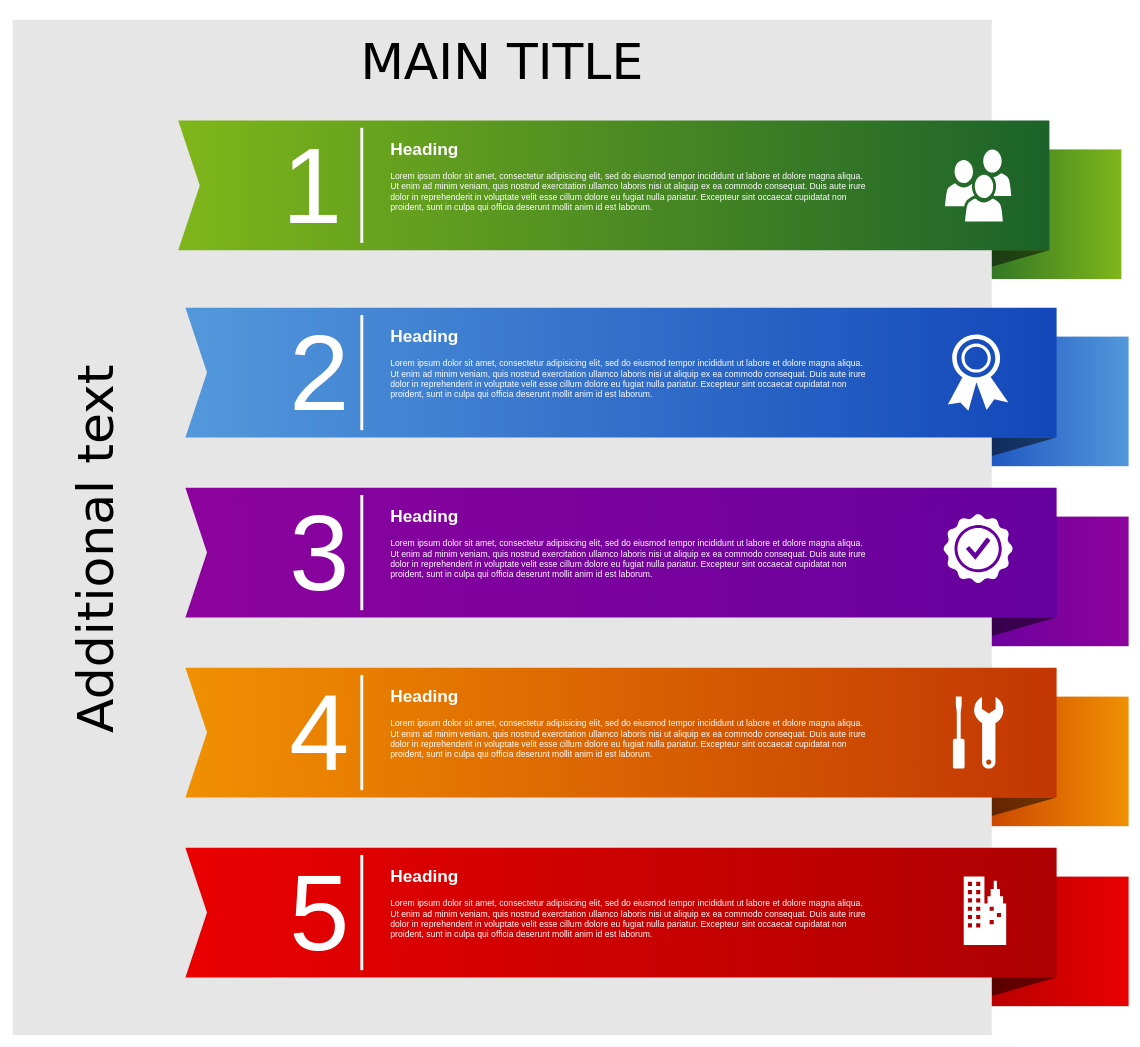
This is Untitled Diagram.drawio from Juliehaegh/Hello-World, a draw.io file, before an edit. Source tidied: cells renumbered, new cells numbered last; positions are measured from the earlier drawing's top-left corner, leaving out a move shared by most shapes. Both pictures are drawn from the tidied source at 72%, with x=0, y=0 at pixel (12, 19).
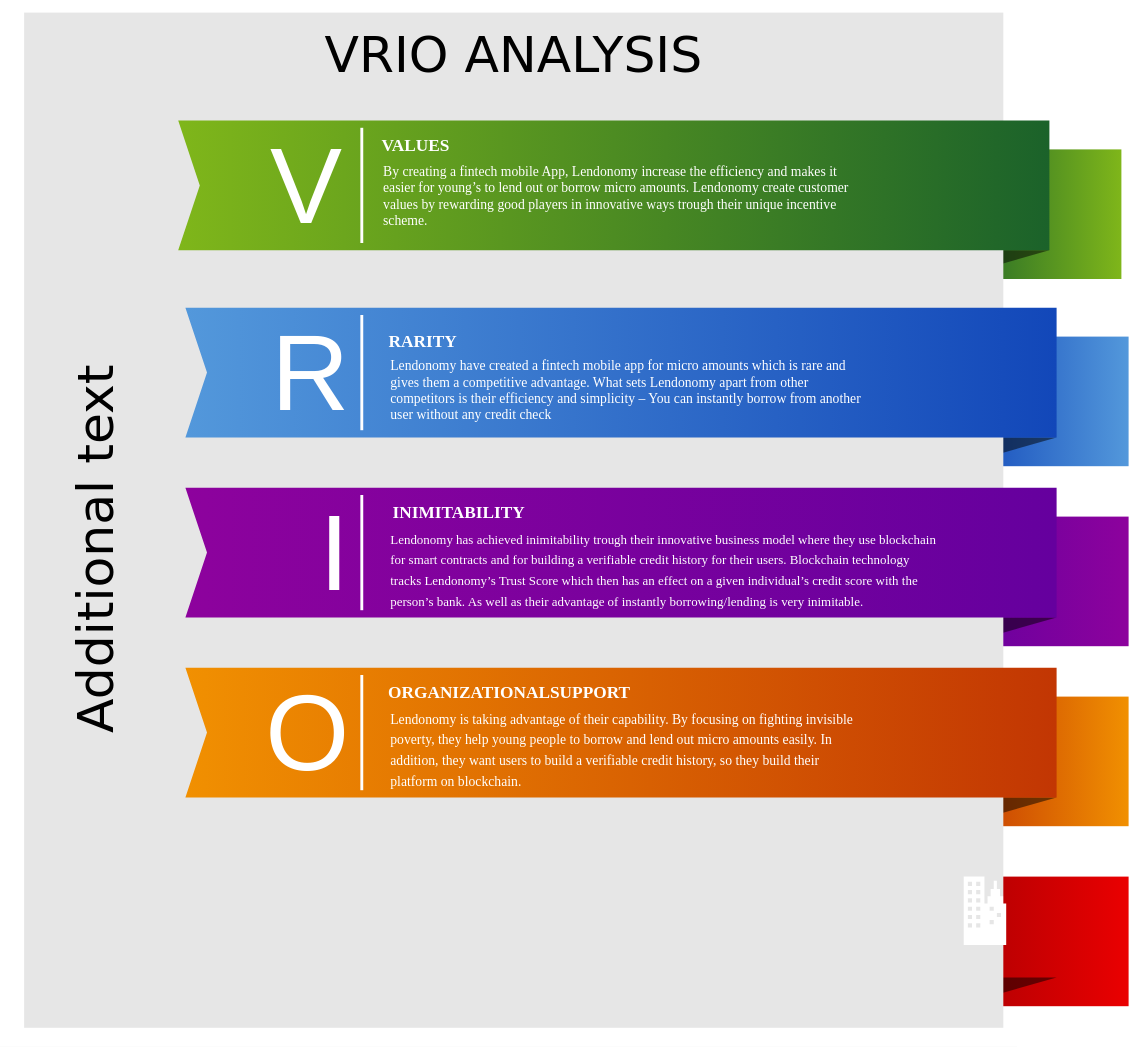
Above is the later version.

Change to the diagram source:
```diff
@@
-    <mxCell id="12" value="MAIN TITLE" style="whiteSpace=wrap;html=1;rounded=0;shadow=0;dashed=0;strokeWidth=1;fillColor=#E6E6E6;fontFamily=Verdana;fontSize=70;strokeColor=none;verticalAlign=top;spacingTop=10;" parent="1" vertex="1">
-      <mxGeometry width="1360" height="1410" as="geometry" />
+    <mxCell id="12" value="VRIO ANALYSIS" style="whiteSpace=wrap;html=1;rounded=0;shadow=0;dashed=0;strokeWidth=1;fillColor=#E6E6E6;fontFamily=Verdana;fontSize=70;strokeColor=none;verticalAlign=top;spacingTop=10;" parent="1" vertex="1">
+      <mxGeometry x="16" y="-10" width="1360" height="1410" as="geometry" />
     </mxCell>
@@
-    <mxCell id="17" style="html=1;shadow=0;dashed=0;align=center;verticalAlign=middle;shape=mxgraph.arrows2.arrow;dy=0;dx=0;notch=30;rounded=0;strokeColor=none;strokeWidth=1;fillColor=#EA0001;fontFamily=Tahoma;fontSize=10;fontColor=#FFFFFF;gradientColor=#AD0002;gradientDirection=east;" parent="1" vertex="1">
-      <mxGeometry x="240" y="1150" width="1210" height="180" as="geometry" />
-    </mxCell>
@@
-    <mxCell id="19" value="1" style="text;html=1;strokeColor=none;fillColor=none;align=right;verticalAlign=middle;whiteSpace=wrap;rounded=0;shadow=0;dashed=0;fontFamily=Helvetica;fontSize=150;fontColor=#FFFFFF;" parent="1" vertex="1">
+    <mxCell id="19" value="V" style="text;html=1;strokeColor=none;fillColor=none;align=right;verticalAlign=middle;whiteSpace=wrap;rounded=0;shadow=0;dashed=0;fontFamily=Helvetica;fontSize=150;fontColor=#FFFFFF;" parent="1" vertex="1">
       <mxGeometry x="260" y="140" width="200" height="180" as="geometry" />
     </mxCell>
-    <mxCell id="20" value="2" style="text;html=1;strokeColor=none;fillColor=none;align=right;verticalAlign=middle;whiteSpace=wrap;rounded=0;shadow=0;dashed=0;fontFamily=Helvetica;fontSize=150;fontColor=#FFFFFF;" parent="1" vertex="1">
+    <mxCell id="20" value="R" style="text;html=1;strokeColor=none;fillColor=none;align=right;verticalAlign=middle;whiteSpace=wrap;rounded=0;shadow=0;dashed=0;fontFamily=Helvetica;fontSize=150;fontColor=#FFFFFF;" parent="1" vertex="1">
       <mxGeometry x="270" y="400" width="200" height="180" as="geometry" />
     </mxCell>
-    <mxCell id="21" value="3" style="text;html=1;strokeColor=none;fillColor=none;align=right;verticalAlign=middle;whiteSpace=wrap;rounded=0;shadow=0;dashed=0;fontFamily=Helvetica;fontSize=150;fontColor=#FFFFFF;" parent="1" vertex="1">
+    <mxCell id="21" value="I" style="text;html=1;strokeColor=none;fillColor=none;align=right;verticalAlign=middle;whiteSpace=wrap;rounded=0;shadow=0;dashed=0;fontFamily=Helvetica;fontSize=150;fontColor=#FFFFFF;" parent="1" vertex="1">
       <mxGeometry x="270" y="650" width="200" height="180" as="geometry" />
     </mxCell>
-    <mxCell id="22" value="4" style="text;html=1;strokeColor=none;fillColor=none;align=right;verticalAlign=middle;whiteSpace=wrap;rounded=0;shadow=0;dashed=0;fontFamily=Helvetica;fontSize=150;fontColor=#FFFFFF;" parent="1" vertex="1">
+    <mxCell id="22" value="O" style="text;html=1;strokeColor=none;fillColor=none;align=right;verticalAlign=middle;whiteSpace=wrap;rounded=0;shadow=0;dashed=0;fontFamily=Helvetica;fontSize=150;fontColor=#FFFFFF;" parent="1" vertex="1">
       <mxGeometry x="270" y="900" width="200" height="180" as="geometry" />
     </mxCell>
-    <mxCell id="23" value="5" style="text;html=1;strokeColor=none;fillColor=none;align=right;verticalAlign=middle;whiteSpace=wrap;rounded=0;shadow=0;dashed=0;fontFamily=Helvetica;fontSize=150;fontColor=#FFFFFF;" parent="1" vertex="1">
-      <mxGeometry x="270" y="1150" width="200" height="180" as="geometry" />
-    </mxCell>
@@
-    <mxCell id="28" style="line;strokeWidth=4;direction=south;html=1;rounded=0;shadow=0;dashed=0;fillColor=none;gradientColor=#AD0002;fontFamily=Helvetica;fontSize=150;fontColor=#FFFFFF;align=right;strokeColor=#FFFFFF;" parent="1" vertex="1">
-      <mxGeometry x="480" y="1160" width="10" height="160" as="geometry" />
-    </mxCell>
-    <mxCell id="29" value="&lt;h1&gt;Heading&lt;/h1&gt;&lt;p&gt;L&lt;span&gt;orem ipsum dolor sit amet, consectetur adipisicing elit, sed do eiusmod tempor incididunt ut labore et dolore magna aliqua. Ut enim ad minim veniam, quis nostrud exercitation ullamco laboris nisi ut aliquip ex ea commodo consequat. Duis aute irure dolor in reprehenderit in voluptate velit esse cillum dolore eu fugiat nulla pariatur. Excepteur sint occaecat cupidatat non proident, sunt in culpa qui officia deserunt mollit anim id est laborum.&lt;/span&gt;&lt;/p&gt;" style="text;html=1;strokeColor=none;fillColor=none;spacing=5;spacingTop=-20;whiteSpace=wrap;overflow=hidden;rounded=0;shadow=0;dashed=0;fontFamily=Helvetica;fontSize=12;fontColor=#FFFFFF;align=left;" parent="1" vertex="1">
-      <mxGeometry x="520" y="160" width="670" height="140" as="geometry" />
+    <mxCell id="29" value="&lt;p class=&quot;MsoNormal&quot; style=&quot;margin: 0cm ; font-family: &amp;#34;calibri&amp;#34; , sans-serif ; font-style: normal ; font-weight: normal ; letter-spacing: normal ; text-indent: 0px ; text-transform: none ; word-spacing: 0px ; text-decoration: none&quot;&gt;&lt;span lang=&quot;EN-US&quot; style=&quot;font-family: &amp;#34;times new roman&amp;#34; , serif&quot;&gt;&lt;font style=&quot;font-size: 19px&quot;&gt;By creating a fintech mobile App, Lendonomy increase the efficiency and makes it easier for young’s to lend out or borrow micro amounts. Lendonomy create customer values by rewarding good players in innovative ways trough their unique incentive scheme.&lt;/font&gt;&lt;/span&gt;&lt;/p&gt;" style="text;html=1;strokeColor=none;fillColor=none;spacing=5;spacingTop=-20;whiteSpace=wrap;overflow=hidden;rounded=0;shadow=0;dashed=0;fontFamily=Helvetica;fontSize=12;fontColor=#FFFFFF;align=left;" parent="1" vertex="1">
+      <mxGeometry x="510" y="210" width="670" height="90" as="geometry" />
     </mxCell>
-    <mxCell id="30" value="&lt;h1&gt;Heading&lt;/h1&gt;&lt;p&gt;L&lt;span&gt;orem ipsum dolor sit amet, consectetur adipisicing elit, sed do eiusmod tempor incididunt ut labore et dolore magna aliqua. Ut enim ad minim veniam, quis nostrud exercitation ullamco laboris nisi ut aliquip ex ea commodo consequat. Duis aute irure dolor in reprehenderit in voluptate velit esse cillum dolore eu fugiat nulla pariatur. Excepteur sint occaecat cupidatat non proident, sunt in culpa qui officia deserunt mollit anim id est laborum.&lt;/span&gt;&lt;/p&gt;" style="text;html=1;strokeColor=none;fillColor=none;spacing=5;spacingTop=-20;whiteSpace=wrap;overflow=hidden;rounded=0;shadow=0;dashed=0;fontFamily=Helvetica;fontSize=12;fontColor=#FFFFFF;align=left;" parent="1" vertex="1">
-      <mxGeometry x="520" y="420" width="670" height="140" as="geometry" />
+    <mxCell id="30" value="&lt;p class=&quot;MsoNormal&quot; style=&quot;margin: 0cm ; font-family: &amp;#34;calibri&amp;#34; , sans-serif ; font-style: normal ; font-weight: normal ; letter-spacing: normal ; text-indent: 0px ; text-transform: none ; word-spacing: 0px ; text-decoration: none&quot;&gt;&lt;span lang=&quot;EN-US&quot; style=&quot;font-family: &amp;#34;times new roman&amp;#34; , serif&quot;&gt;&lt;font style=&quot;font-size: 19px&quot;&gt;Lendonomy have created a fintech mobile app for micro amounts which is rare and gives them a competitive advantage. What sets Lendonomy apart from other competitors is their efficiency and simplicity – You can instantly borrow from another user without any credit check&lt;/font&gt;&lt;/span&gt;&lt;/p&gt;" style="text;html=1;strokeColor=none;fillColor=none;spacing=5;spacingTop=-20;whiteSpace=wrap;overflow=hidden;rounded=0;shadow=0;dashed=0;fontFamily=Helvetica;fontSize=12;fontColor=#FFFFFF;align=left;" parent="1" vertex="1">
+      <mxGeometry x="520" y="480" width="670" height="80" as="geometry" />
     </mxCell>
-    <mxCell id="31" value="&lt;h1&gt;Heading&lt;/h1&gt;&lt;p&gt;L&lt;span&gt;orem ipsum dolor sit amet, consectetur adipisicing elit, sed do eiusmod tempor incididunt ut labore et dolore magna aliqua. Ut enim ad minim veniam, quis nostrud exercitation ullamco laboris nisi ut aliquip ex ea commodo consequat. Duis aute irure dolor in reprehenderit in voluptate velit esse cillum dolore eu fugiat nulla pariatur. Excepteur sint occaecat cupidatat non proident, sunt in culpa qui officia deserunt mollit anim id est laborum.&lt;/span&gt;&lt;/p&gt;" style="text;html=1;strokeColor=none;fillColor=none;spacing=5;spacingTop=-20;whiteSpace=wrap;overflow=hidden;rounded=0;shadow=0;dashed=0;fontFamily=Helvetica;fontSize=12;fontColor=#FFFFFF;align=left;" parent="1" vertex="1">
-      <mxGeometry x="520" y="670" width="670" height="140" as="geometry" />
+    <mxCell id="31" value="&lt;h1&gt;&lt;p class=&quot;MsoNormal&quot; style=&quot;margin: 0cm ; font-family: &amp;#34;calibri&amp;#34; , sans-serif ; font-weight: normal&quot;&gt;&lt;span lang=&quot;EN-US&quot; style=&quot;font-family: &amp;#34;times new roman&amp;#34; , serif&quot;&gt;&lt;font style=&quot;font-size: 18px&quot;&gt;Lendonomy has achieved inimitability trough their innovative business model where they use blockchain for smart contracts and for building a verifiable credit history for their users. Blockchain technology tracks Lendonomy’s Trust Score which then has an effect on a given individual’s credit score with the person’s bank. As well as their advantage of instantly borrowing/lending is very inimitable.&amp;nbsp;&lt;/font&gt;&lt;font size=&quot;3&quot; style=&quot;color: rgb(0 , 0 , 0)&quot;&gt;&lt;/font&gt;&lt;/span&gt;&lt;/p&gt;&lt;/h1&gt;" style="text;html=1;strokeColor=none;fillColor=none;spacing=5;spacingTop=-20;whiteSpace=wrap;overflow=hidden;rounded=0;shadow=0;dashed=0;fontFamily=Helvetica;fontSize=12;fontColor=#FFFFFF;align=left;" parent="1" vertex="1">
+      <mxGeometry x="520" y="700" width="770" height="140" as="geometry" />
     </mxCell>
-    <mxCell id="32" value="&lt;h1&gt;Heading&lt;/h1&gt;&lt;p&gt;L&lt;span&gt;orem ipsum dolor sit amet, consectetur adipisicing elit, sed do eiusmod tempor incididunt ut labore et dolore magna aliqua. Ut enim ad minim veniam, quis nostrud exercitation ullamco laboris nisi ut aliquip ex ea commodo consequat. Duis aute irure dolor in reprehenderit in voluptate velit esse cillum dolore eu fugiat nulla pariatur. Excepteur sint occaecat cupidatat non proident, sunt in culpa qui officia deserunt mollit anim id est laborum.&lt;/span&gt;&lt;/p&gt;" style="text;html=1;strokeColor=none;fillColor=none;spacing=5;spacingTop=-20;whiteSpace=wrap;overflow=hidden;rounded=0;shadow=0;dashed=0;fontFamily=Helvetica;fontSize=12;fontColor=#FFFFFF;align=left;" parent="1" vertex="1">
-      <mxGeometry x="520" y="920" width="670" height="140" as="geometry" />
+    <mxCell id="32" value="&lt;h1&gt;&lt;p class=&quot;MsoNormal&quot; style=&quot;margin: 0cm ; font-family: &amp;#34;calibri&amp;#34; , sans-serif ; font-weight: normal&quot;&gt;&lt;span lang=&quot;EN-US&quot; style=&quot;font-family: &amp;#34;times new roman&amp;#34; , serif&quot;&gt;&lt;font style=&quot;font-size: 19px&quot;&gt;Lendonomy is taking advantage of their capability. By focusing on fighting invisible poverty, they help young people to borrow and lend out micro amounts easily. In addition, they want users to build a verifiable credit history, so they build their platform on blockchain.&amp;nbsp;&lt;/font&gt;&lt;font size=&quot;3&quot; style=&quot;color: rgb(0 , 0 , 0)&quot;&gt;&lt;/font&gt;&lt;/span&gt;&lt;/p&gt;&lt;/h1&gt;" style="text;html=1;strokeColor=none;fillColor=none;spacing=5;spacingTop=-20;whiteSpace=wrap;overflow=hidden;rounded=0;shadow=0;dashed=0;fontFamily=Helvetica;fontSize=12;fontColor=#FFFFFF;align=left;" parent="1" vertex="1">
+      <mxGeometry x="520" y="950" width="670" height="160" as="geometry" />
     </mxCell>
-    <mxCell id="33" value="&lt;h1&gt;Heading&lt;/h1&gt;&lt;p&gt;L&lt;span&gt;orem ipsum dolor sit amet, consectetur adipisicing elit, sed do eiusmod tempor incididunt ut labore et dolore magna aliqua. Ut enim ad minim veniam, quis nostrud exercitation ullamco laboris nisi ut aliquip ex ea commodo consequat. Duis aute irure dolor in reprehenderit in voluptate velit esse cillum dolore eu fugiat nulla pariatur. Excepteur sint occaecat cupidatat non proident, sunt in culpa qui officia deserunt mollit anim id est laborum.&lt;/span&gt;&lt;/p&gt;" style="text;html=1;strokeColor=none;fillColor=none;spacing=5;spacingTop=-20;whiteSpace=wrap;overflow=hidden;rounded=0;shadow=0;dashed=0;fontFamily=Helvetica;fontSize=12;fontColor=#FFFFFF;align=left;" parent="1" vertex="1">
-      <mxGeometry x="520" y="1170" width="670" height="140" as="geometry" />
-    </mxCell>
-    <mxCell id="34" style="shadow=0;dashed=0;html=1;strokeColor=none;fillColor=#FFFFFF;labelPosition=center;verticalLabelPosition=bottom;verticalAlign=top;shape=mxgraph.office.users.users;rounded=0;fontFamily=Helvetica;fontSize=12;fontColor=#FFFFFF;align=left;" parent="1" vertex="1">
-      <mxGeometry x="1295" y="180" width="92" height="100" as="geometry" />
-    </mxCell>
-    <mxCell id="35" style="shadow=0;dashed=0;html=1;strokeColor=none;fillColor=#FFFFFF;labelPosition=center;verticalLabelPosition=bottom;verticalAlign=top;shape=mxgraph.office.security.token;rounded=0;fontFamily=Helvetica;fontSize=12;fontColor=#FFFFFF;align=left;" parent="1" vertex="1">
-      <mxGeometry x="1299" y="437" width="84" height="106" as="geometry" />
-    </mxCell>
-    <mxCell id="36" style="shadow=0;dashed=0;html=1;strokeColor=none;fillColor=#FFFFFF;labelPosition=center;verticalLabelPosition=bottom;verticalAlign=top;shape=mxgraph.office.concepts.best_practices;rounded=0;fontFamily=Helvetica;fontSize=12;fontColor=#FFFFFF;align=left;" parent="1" vertex="1">
-      <mxGeometry x="1292.5" y="686" width="97" height="97" as="geometry" />
-    </mxCell>
-    <mxCell id="37" style="shadow=0;dashed=0;html=1;strokeColor=none;fillColor=#FFFFFF;labelPosition=center;verticalLabelPosition=bottom;verticalAlign=top;shape=mxgraph.office.concepts.maintenance;rounded=0;fontFamily=Helvetica;fontSize=12;fontColor=#FFFFFF;align=left;" parent="1" vertex="1">
-      <mxGeometry x="1306" y="940" width="70" height="100" as="geometry" />
-    </mxCell>
@@
+    <mxCell id="39" value="&lt;h1&gt;&lt;font face=&quot;Times New Roman&quot; style=&quot;font-size: 24px&quot;&gt;VALUES&lt;/font&gt;&lt;/h1&gt;" style="text;html=1;align=center;verticalAlign=middle;whiteSpace=wrap;rounded=0;fontSize=19;fontStyle=1;fontColor=#FFFFFF;" parent="1" vertex="1">
+      <mxGeometry x="540" y="160" width="40" height="20" as="geometry" />
+    </mxCell>
+    <mxCell id="40" value="&lt;h1 style=&quot;font-size: 24px&quot;&gt;&lt;font face=&quot;Times New Roman&quot;&gt;RARITY&lt;/font&gt;&lt;/h1&gt;" style="text;html=1;strokeColor=none;fillColor=none;align=center;verticalAlign=middle;whiteSpace=wrap;rounded=0;fontSize=19;fontColor=#FFFFFF;" parent="1" vertex="1">
+      <mxGeometry x="550" y="437" width="40" height="20" as="geometry" />
+    </mxCell>
+    <mxCell id="41" value="&lt;h1&gt;&lt;font face=&quot;Times New Roman&quot; style=&quot;font-size: 24px&quot;&gt;INIMITABILITY&lt;/font&gt;&lt;/h1&gt;" style="text;html=1;strokeColor=none;fillColor=none;align=center;verticalAlign=middle;whiteSpace=wrap;rounded=0;fontSize=19;fontColor=#FFFFFF;" parent="1" vertex="1">
+      <mxGeometry x="600" y="670" width="40" height="20" as="geometry" />
+    </mxCell>
+    <mxCell id="42" value="&lt;h1&gt;&lt;font face=&quot;Times New Roman&quot; style=&quot;font-size: 24px&quot;&gt;ORGANIZATIONALSUPPORT&lt;/font&gt;&lt;/h1&gt;" style="text;html=1;strokeColor=none;fillColor=none;align=center;verticalAlign=middle;whiteSpace=wrap;rounded=0;fontSize=19;fontColor=#FFFFFF;" parent="1" vertex="1">
+      <mxGeometry x="670" y="920" width="40" height="20" as="geometry" />
+    </mxCell>
```
